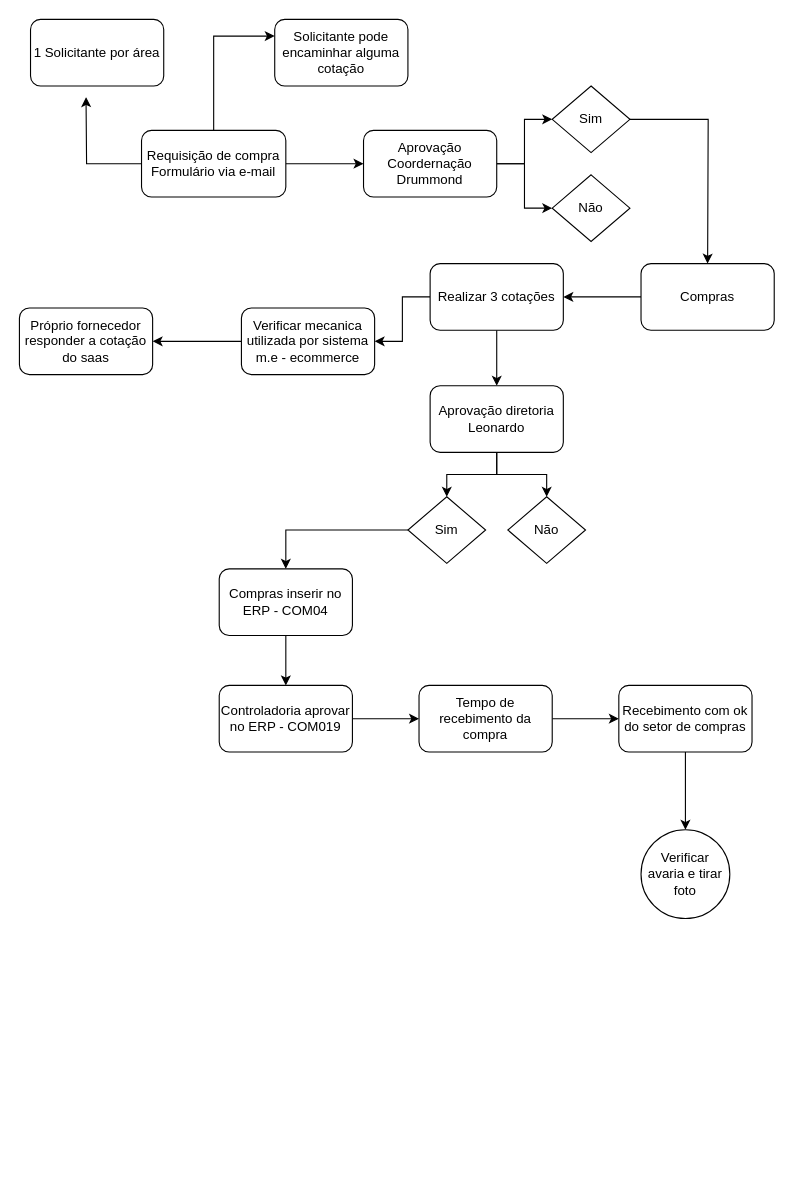
Above: fluxo_compras.drawio in L-Vasconcelos/drawio (draw.io), before the change. Source tidied: cells renumbered, new cells numbered last; positions are measured from the earlier drawing's top-left corner, leaving out a move shared by most shapes. Both pictures are drawn from the tidied source at 111%, with x=0, y=0 at pixel (19, 19).
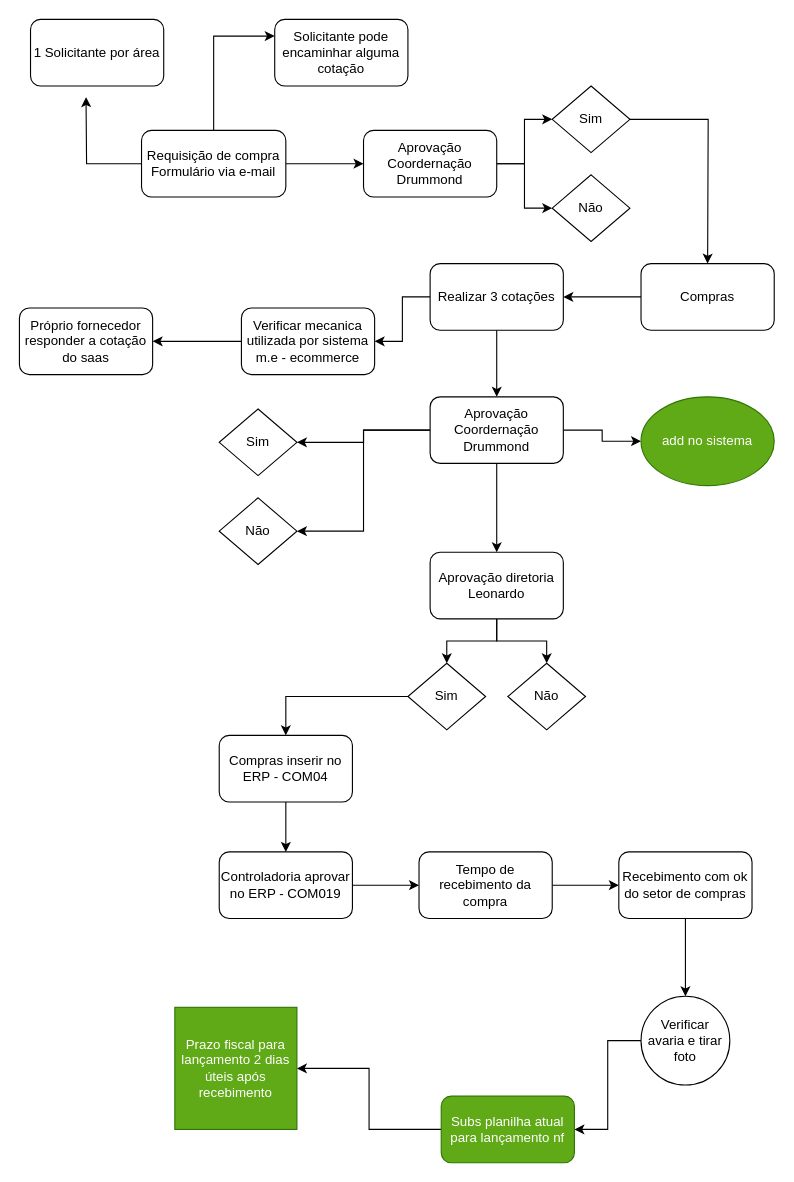
The same page after the edit.

Unchanged cells that the change refers to:
```xml
<mxCell id="18" value="Realizar 3 cotações" style="rounded=1;whiteSpace=wrap;html=1;" parent="1" vertex="1">
  <mxGeometry x="370" y="220" width="120" height="60" as="geometry" />
</mxCell>
```

The edit, as a diff of the source:
```diff
@@
-    <mxCell id="16" style="edgeStyle=orthogonalEdgeStyle;rounded=0;jettySize=auto;html=1;" parent="1" edge="1" source="18" target="21">
-      <mxGeometry relative="1" as="geometry" />
-    </mxCell>
@@
+    <mxCell id="37" style="edgeStyle=orthogonalEdgeStyle;rounded=0;jettySize=auto;html=1;entryX=0.5;entryY=0;entryDx=0;entryDy=0;" parent="1" edge="1" source="18" target="43">
+      <mxGeometry relative="1" as="geometry" />
+    </mxCell>
@@
     <mxCell id="21" value="Aprovação diretoria&lt;div&gt;Leonardo&lt;/div&gt;" style="rounded=1;whiteSpace=wrap;html=1;" parent="1" vertex="1">
-      <mxGeometry x="370" y="330" width="120" height="60" as="geometry" />
+      <mxGeometry x="370" y="480" width="120" height="60" as="geometry" />
     </mxCell>
@@
     <mxCell id="23" value="Sim" style="rhombus;whiteSpace=wrap;html=1;" parent="1" vertex="1">
-      <mxGeometry x="350" y="430" width="70" height="60" as="geometry" />
+      <mxGeometry x="350" y="580" width="70" height="60" as="geometry" />
     </mxCell>
     <mxCell id="24" value="Não" style="rhombus;whiteSpace=wrap;html=1;" parent="1" vertex="1">
-      <mxGeometry x="440" y="430" width="70" height="60" as="geometry" />
+      <mxGeometry x="440" y="580" width="70" height="60" as="geometry" />
     </mxCell>
@@
     <mxCell id="26" value="Compras inserir no ERP - COM04" style="rounded=1;whiteSpace=wrap;html=1;" parent="1" vertex="1">
-      <mxGeometry x="180" y="495" width="120" height="60" as="geometry" />
+      <mxGeometry x="180" y="645" width="120" height="60" as="geometry" />
     </mxCell>
@@
     <mxCell id="28" value="Controladoria aprovar no ERP - COM019" style="rounded=1;whiteSpace=wrap;html=1;" parent="1" vertex="1">
-      <mxGeometry x="180" y="600" width="120" height="60" as="geometry" />
+      <mxGeometry x="180" y="750" width="120" height="60" as="geometry" />
     </mxCell>
@@
     <mxCell id="30" value="Tempo de recebimento da compra" style="rounded=1;whiteSpace=wrap;html=1;" parent="1" vertex="1">
-      <mxGeometry x="360" y="600" width="120" height="60" as="geometry" />
+      <mxGeometry x="360" y="750" width="120" height="60" as="geometry" />
     </mxCell>
@@
     <mxCell id="32" value="Recebimento com ok do setor de compras" style="rounded=1;whiteSpace=wrap;html=1;" parent="1" vertex="1">
-      <mxGeometry x="540" y="600" width="120" height="60" as="geometry" />
+      <mxGeometry x="540" y="750" width="120" height="60" as="geometry" />
     </mxCell>
+    <mxCell id="38" style="edgeStyle=orthogonalEdgeStyle;rounded=0;jettySize=auto;html=1;entryX=1;entryY=0.5;entryDx=0;entryDy=0;" parent="1" edge="1" source="33" target="48">
+      <mxGeometry relative="1" as="geometry" />
+    </mxCell>
     <mxCell id="33" value="Verificar avaria e tirar foto" style="ellipse;whiteSpace=wrap;html=1;rounded=1;" parent="1" vertex="1">
-      <mxGeometry x="560" y="730" width="80" height="80" as="geometry" />
+      <mxGeometry x="560" y="880" width="80" height="80" as="geometry" />
     </mxCell>
@@
+    <mxCell id="39" style="edgeStyle=orthogonalEdgeStyle;rounded=0;jettySize=auto;html=1;entryX=0.5;entryY=0;entryDx=0;entryDy=0;" parent="1" edge="1" source="43" target="21">
+      <mxGeometry relative="1" as="geometry" />
+    </mxCell>
+    <mxCell id="40" style="edgeStyle=orthogonalEdgeStyle;rounded=0;jettySize=auto;html=1;entryX=0;entryY=0.5;entryDx=0;entryDy=0;" parent="1" edge="1" source="43" target="44">
+      <mxGeometry relative="1" as="geometry" />
+    </mxCell>
+    <mxCell id="41" style="edgeStyle=orthogonalEdgeStyle;rounded=0;jettySize=auto;html=1;entryX=1;entryY=0.5;entryDx=0;entryDy=0;" parent="1" edge="1" source="43" target="45">
+      <mxGeometry relative="1" as="geometry" />
+    </mxCell>
+    <mxCell id="42" style="edgeStyle=orthogonalEdgeStyle;rounded=0;jettySize=auto;html=1;entryX=1;entryY=0.5;entryDx=0;entryDy=0;" parent="1" edge="1" source="43" target="46">
+      <mxGeometry relative="1" as="geometry" />
+    </mxCell>
+    <mxCell id="43" value="Aprovação Coordernação Drummond" style="rounded=1;whiteSpace=wrap;html=1;" parent="1" vertex="1">
+      <mxGeometry x="370" y="340" width="120" height="60" as="geometry" />
+    </mxCell>
+    <mxCell id="44" value="add no sistema" style="ellipse;whiteSpace=wrap;html=1;shapeInside=1;fillColor=#60a917;fontColor=#ffffff;strokeColor=#2D7600;" parent="1" vertex="1">
+      <mxGeometry x="560" y="340" width="120" height="80" as="geometry" />
+    </mxCell>
+    <mxCell id="45" value="Sim" style="rhombus;whiteSpace=wrap;html=1;" parent="1" vertex="1">
+      <mxGeometry x="180" y="351" width="70" height="60" as="geometry" />
+    </mxCell>
+    <mxCell id="46" value="Não" style="rhombus;whiteSpace=wrap;html=1;" parent="1" vertex="1">
+      <mxGeometry x="180" y="431" width="70" height="60" as="geometry" />
+    </mxCell>
+    <mxCell id="47" style="edgeStyle=orthogonalEdgeStyle;rounded=0;jettySize=auto;html=1;entryX=1;entryY=0.5;entryDx=0;entryDy=0;" parent="1" edge="1" source="48" target="49">
+      <mxGeometry relative="1" as="geometry" />
+    </mxCell>
+    <mxCell id="48" value="Subs planilha atual para lançamento nf" style="rounded=1;whiteSpace=wrap;html=1;fillColor=#60a917;fontColor=#ffffff;strokeColor=#2D7600;" parent="1" vertex="1">
+      <mxGeometry x="380" y="970" width="120" height="60" as="geometry" />
+    </mxCell>
+    <mxCell id="49" value="Prazo fiscal para lançamento 2 dias úteis após recebimento" style="whiteSpace=wrap;html=1;fillColor=#60a917;fontColor=#ffffff;strokeColor=#2D7600;" parent="1" vertex="1">
+      <mxGeometry x="140" y="890" width="110" height="110" as="geometry" />
+    </mxCell>
```
